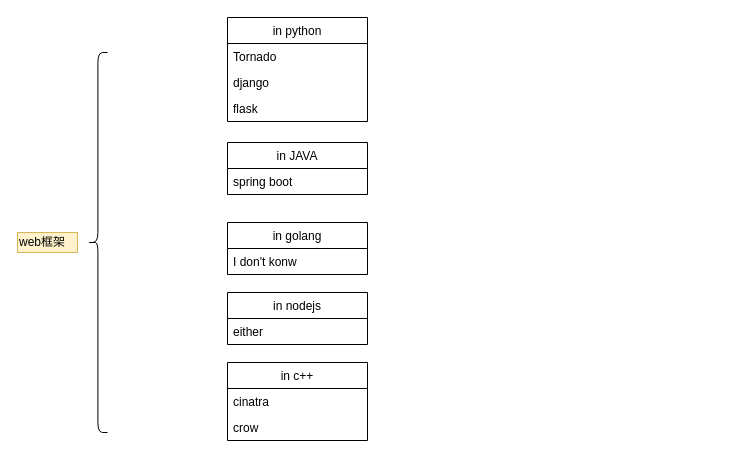
Earlier version of the draw.io diagram web框架合集.drawio (alwaysbetter1314/DrawLearning). Source tidied: cells renumbered, new cells numbered last; positions are measured from the earlier drawing's top-left corner, leaving out a move shared by most shapes. Both pictures are drawn from the tidied source at 100%, with x=0, y=0 at pixel (17, 17).
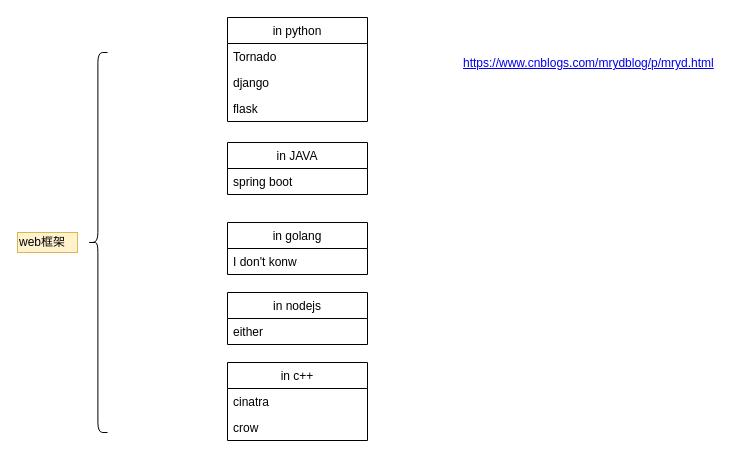
After the change.

The edit, as a diff of the source:
```diff
@@
 <mxGraphModel>
   <root>
     <mxCell id="0" />
     <mxCell id="1" parent="0" />
     <mxCell id="2" value="web框架" style="text;html=1;align=left;verticalAlign=top;spacingTop=-4;fillColor=#fff2cc;strokeColor=#d6b656;" parent="1" vertex="1">
       <mxGeometry y="215" width="60" height="20" as="geometry" />
     </mxCell>
     <mxCell id="3" style="shape=curlyBracket;whiteSpace=wrap;html=1;rounded=1;size=0.5199996948242187;" parent="1" vertex="1">
       <mxGeometry x="70" y="35" width="20" height="380" as="geometry" />
     </mxCell>
     <mxCell id="4" value="in python" style="swimlane;fontStyle=0;horizontal=1;startSize=26;fillColor=none;" parent="1" vertex="1">
       <mxGeometry x="210" width="140" height="104" as="geometry" />
     </mxCell>
     <mxCell id="5" value="Tornado" style="text;strokeColor=none;fillColor=none;align=left;verticalAlign=top;spacingLeft=4;spacingRight=4;overflow=hidden;" parent="4" vertex="1">
       <mxGeometry y="26" width="140" height="26" as="geometry" />
     </mxCell>
     <mxCell id="6" value="django" style="text;strokeColor=none;fillColor=none;align=left;verticalAlign=top;spacingLeft=4;spacingRight=4;overflow=hidden;" parent="4" vertex="1">
       <mxGeometry y="52" width="140" height="26" as="geometry" />
     </mxCell>
     <mxCell id="7" value="flask" style="text;strokeColor=none;fillColor=none;align=left;verticalAlign=top;spacingLeft=4;spacingRight=4;overflow=hidden;" parent="4" vertex="1">
       <mxGeometry y="78" width="140" height="26" as="geometry" />
     </mxCell>
     <mxCell id="8" value="in JAVA" style="swimlane;fontStyle=0;horizontal=1;startSize=26;fillColor=none;" parent="1" vertex="1">
       <mxGeometry x="210" y="125" width="140" height="52" as="geometry" />
     </mxCell>
     <mxCell id="9" value="spring boot" style="text;strokeColor=none;fillColor=none;align=left;verticalAlign=top;spacingLeft=4;spacingRight=4;overflow=hidden;" parent="8" vertex="1">
       <mxGeometry y="26" width="140" height="26" as="geometry" />
     </mxCell>
     <mxCell id="10" value="in golang" style="swimlane;fontStyle=0;horizontal=1;startSize=26;fillColor=none;" parent="1" vertex="1">
       <mxGeometry x="210" y="205" width="140" height="52" as="geometry" />
     </mxCell>
     <mxCell id="11" value="I don't konw" style="text;strokeColor=none;fillColor=none;align=left;verticalAlign=top;spacingLeft=4;spacingRight=4;overflow=hidden;" parent="10" vertex="1">
       <mxGeometry y="26" width="140" height="26" as="geometry" />
     </mxCell>
     <mxCell id="12" value="in nodejs" style="swimlane;fontStyle=0;horizontal=1;startSize=26;fillColor=none;" parent="1" vertex="1">
       <mxGeometry x="210" y="275" width="140" height="52" as="geometry" />
     </mxCell>
     <mxCell id="13" value="either" style="text;strokeColor=none;fillColor=none;align=left;verticalAlign=top;spacingLeft=4;spacingRight=4;overflow=hidden;" parent="12" vertex="1">
       <mxGeometry y="26" width="140" height="26" as="geometry" />
     </mxCell>
     <mxCell id="14" value="in c++" style="swimlane;fontStyle=0;horizontal=1;startSize=26;fillColor=none;" parent="1" vertex="1">
       <mxGeometry x="210" y="345" width="140" height="78" as="geometry" />
     </mxCell>
     <mxCell id="15" value="cinatra" style="text;strokeColor=none;fillColor=none;align=left;verticalAlign=top;spacingLeft=4;spacingRight=4;overflow=hidden;" parent="14" vertex="1">
       <mxGeometry y="26" width="140" height="26" as="geometry" />
     </mxCell>
     <mxCell id="16" value="crow" style="text;strokeColor=none;fillColor=none;align=left;verticalAlign=top;spacingLeft=4;spacingRight=4;overflow=hidden;" parent="14" vertex="1">
       <mxGeometry y="52" width="140" height="26" as="geometry" />
     </mxCell>
+    <mxCell id="17" value="&lt;a href=&quot;https://www.cnblogs.com/mrydblog/p/mryd.html&quot;&gt;https://www.cnblogs.com/mrydblog/p/mryd.html&lt;/a&gt;" style="text;html=1;align=left;verticalAlign=top;spacingTop=-4;" parent="1" vertex="1">
+      <mxGeometry x="444" y="36" width="270" height="20" as="geometry" />
+    </mxCell>
   </root>
 </mxGraphModel>
```
